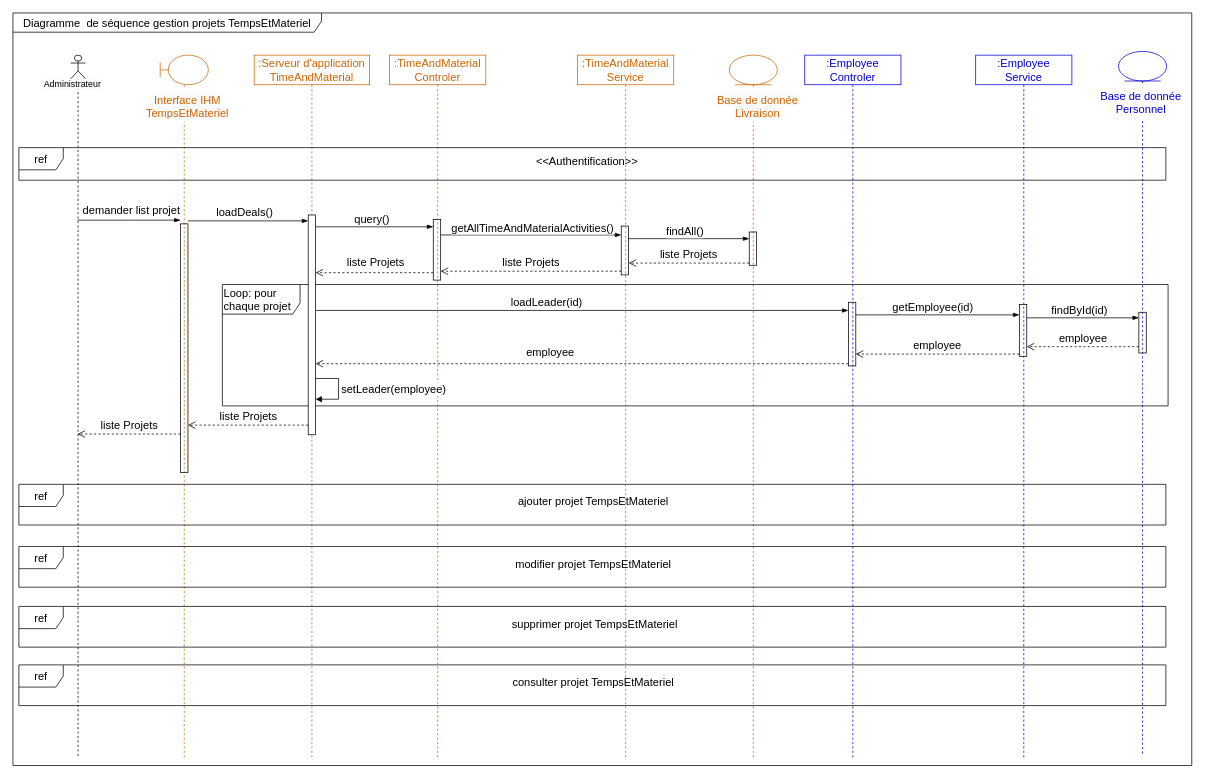
The draw.io diagram Delivery/TimeAndMaterialProjectListDiagrammeSequence.drawio in ZidiMedAmine/UML, before the edit. Source tidied: cells renumbered, new cells numbered last; positions are measured from the earlier drawing's top-left corner, leaving out a move shared by most shapes. Both pictures are drawn from the tidied source at 74%, with x=0, y=0 at pixel (13, 13).
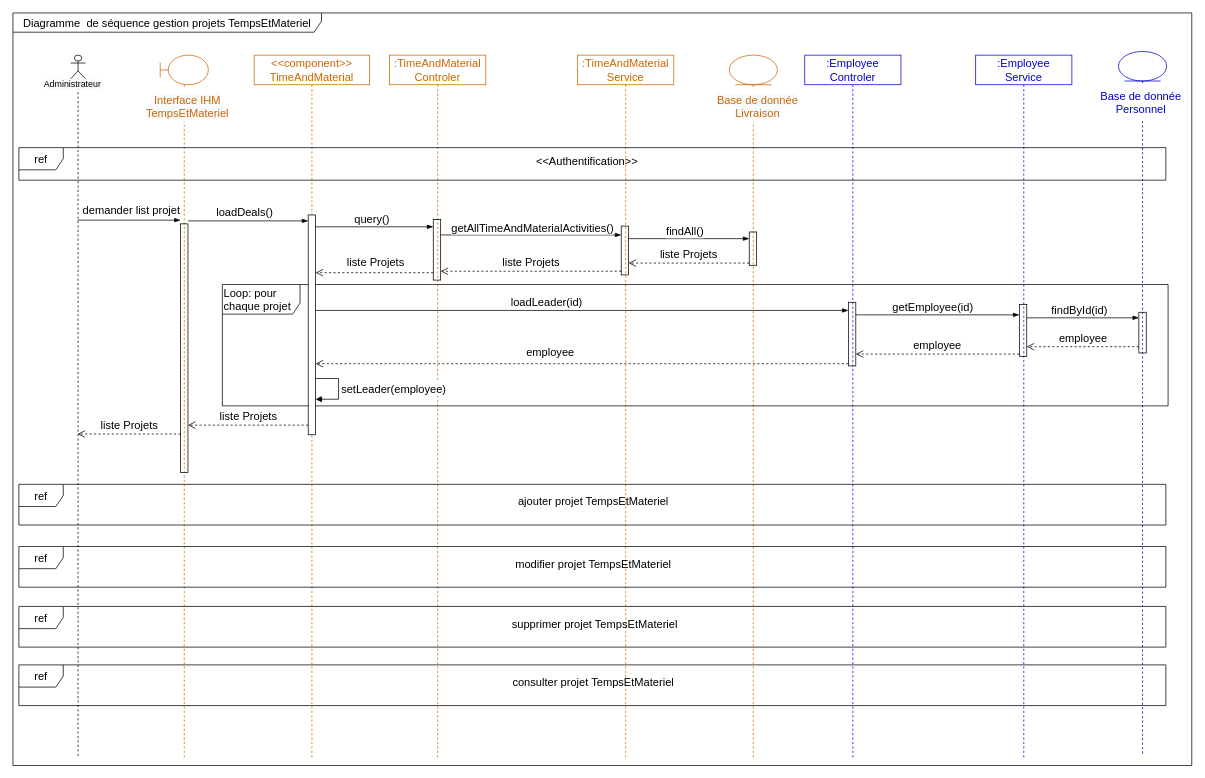
Above is the later version.

Commit message:
Mettre à jour TimeAndMaterialProjectListDiagrammeSequence.drawio

Change to the diagram source:
```diff
@@
-    <mxCell id="44" value=":Serveur d'application&lt;br&gt;TimeAndMaterial" style="shape=umlLifeline;perimeter=lifelinePerimeter;whiteSpace=wrap;html=1;rounded=0;shadow=0;glass=0;sketch=0;fillColor=none;fontSize=15;fontColor=#CC6600;strokeColor=#CC6600;" parent="1" vertex="1">
+    <mxCell id="44" value="&amp;lt;&amp;lt;component&amp;gt;&amp;gt;&lt;br&gt;TimeAndMaterial" style="shape=umlLifeline;perimeter=lifelinePerimeter;whiteSpace=wrap;html=1;rounded=0;shadow=0;glass=0;sketch=0;fillColor=none;fontSize=15;fontColor=#CC6600;strokeColor=#CC6600;" parent="1" vertex="1">
       <mxGeometry x="326" y="57" width="156" height="950" as="geometry" />
     </mxCell>
```
